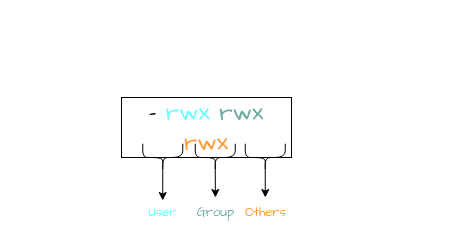
This is Flowcharts/File_Privilages.drawio from CptHilda0079/OSCC-Assignment-2, a draw.io file, before an edit. Source tidied: cells renumbered, new cells numbered last; positions are measured from the earlier drawing's top-left corner, leaving out a move shared by most shapes. Both pictures are drawn from the tidied source at 100%, with x=0, y=0 at pixel (121, 97).
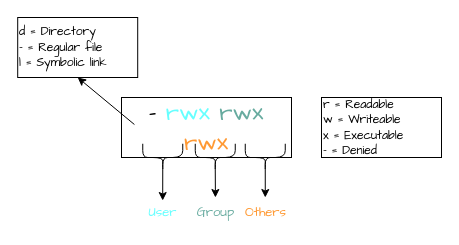
After the change.

Diff of the diagram source:
```diff
@@
 <mxGraphModel>
   <root>
     <mxCell id="0" />
     <mxCell id="1" parent="0" />
     <mxCell id="2" value="&lt;font style=&quot;font-size: 24px;&quot;&gt;&lt;font style=&quot;&quot; face=&quot;Comic Sans MS&quot;&gt;- &lt;font style=&quot;color: rgb(102, 255, 255);&quot;&gt;rwx&lt;/font&gt; &lt;font style=&quot;color: rgb(103, 171, 159);&quot;&gt;rw&lt;/font&gt;&lt;/font&gt;&lt;span style=&quot;font-family: &amp;quot;Comic Sans MS&amp;quot;;&quot;&gt;&lt;font style=&quot;color: rgb(103, 171, 159);&quot;&gt;x &lt;/font&gt;&lt;font style=&quot;color: rgb(255, 153, 51);&quot;&gt;rwx&lt;/font&gt;&lt;/span&gt;&lt;/font&gt;" style="rounded=0;whiteSpace=wrap;html=1;" parent="1" vertex="1">
       <mxGeometry width="170" height="60" as="geometry" />
     </mxCell>
     <mxCell id="3" value="&lt;font style=&quot;font-size: 13px;&quot;&gt;User&lt;/font&gt;" style="text;html=1;align=center;verticalAlign=middle;points=[];strokeColor=none;fillColor=none;fontFamily=Comic Sans MS;fontColor=#66FFFF;" parent="1" vertex="1">
       <mxGeometry x="16.2" y="100" width="50" height="30" as="geometry" />
     </mxCell>
     <mxCell id="4" value="&lt;font style=&quot;font-size: 13px;&quot;&gt;Group&lt;/font&gt;" style="text;html=1;align=center;verticalAlign=middle;points=[];strokeColor=none;fillColor=none;fontFamily=Comic Sans MS;fontColor=#67AB9F;" parent="1" vertex="1">
       <mxGeometry x="64" y="100" width="60" height="30" as="geometry" />
     </mxCell>
     <mxCell id="5" value="&lt;font style=&quot;color: rgb(255, 153, 51); font-size: 13px;&quot;&gt;Others&lt;/font&gt;" style="text;html=1;align=center;verticalAlign=middle;points=[];strokeColor=none;fillColor=none;fontFamily=Comic Sans MS;" parent="1" vertex="1">
       <mxGeometry x="108.8" y="100" width="70" height="30" as="geometry" />
     </mxCell>
     <mxCell id="6" style="shape=curlyBracket;whiteSpace=wrap;html=1;rounded=1;flipH=1;labelPosition=right;verticalLabelPosition=middle;align=left;verticalAlign=middle;rotation=90;size=0.5;" parent="1" vertex="1">
       <mxGeometry x="27.5" y="40" width="27.5" height="40" as="geometry" />
     </mxCell>
     <mxCell id="7" style="shape=curlyBracket;whiteSpace=wrap;html=1;rounded=1;flipH=1;labelPosition=right;verticalLabelPosition=middle;align=left;verticalAlign=middle;rotation=90;size=0.5;" parent="1" vertex="1">
       <mxGeometry x="80" y="40" width="27.5" height="40" as="geometry" />
     </mxCell>
     <mxCell id="8" style="shape=curlyBracket;whiteSpace=wrap;html=1;rounded=1;flipH=1;labelPosition=right;verticalLabelPosition=middle;align=left;verticalAlign=middle;rotation=90;size=0.5;" parent="1" vertex="1">
       <mxGeometry x="130" y="40" width="27.5" height="40" as="geometry" />
     </mxCell>
     <mxCell id="9" style="endArrow=classic;html=1;rounded=0;exitX=0.1;exitY=0.5;exitDx=0;exitDy=0;exitPerimeter=0;entryX=0.5;entryY=0.101;entryDx=0;entryDy=0;entryPerimeter=0;" parent="1" edge="1" source="6" target="3">
       <mxGeometry relative="1" as="geometry" />
     </mxCell>
     <mxCell id="10" style="endArrow=classic;html=1;rounded=0;exitX=0.1;exitY=0.5;exitDx=0;exitDy=0;exitPerimeter=0;" parent="1" edge="1" source="7" target="4">
       <mxGeometry relative="1" as="geometry" />
     </mxCell>
     <mxCell id="11" style="endArrow=classic;html=1;rounded=0;exitX=0.1;exitY=0.5;exitDx=0;exitDy=0;exitPerimeter=0;" parent="1" edge="1" source="8" target="5">
       <mxGeometry relative="1" as="geometry" />
     </mxCell>
+    <mxCell id="12" value="&lt;font face=&quot;Comic Sans MS&quot;&gt;r = Readable&lt;/font&gt;&lt;div&gt;&lt;font face=&quot;Comic Sans MS&quot;&gt;w = Writeable&lt;/font&gt;&lt;/div&gt;&lt;div&gt;&lt;font face=&quot;Comic Sans MS&quot;&gt;x = Executable&lt;/font&gt;&lt;/div&gt;&lt;div&gt;&lt;font face=&quot;Comic Sans MS&quot;&gt;- = Denied&lt;/font&gt;&lt;/div&gt;" style="rounded=0;whiteSpace=wrap;html=1;align=left;" parent="1" vertex="1">
+      <mxGeometry x="200" width="120" height="60" as="geometry" />
+    </mxCell>
+    <mxCell id="13" value="&lt;font face=&quot;Comic Sans MS&quot;&gt;d = Directory&lt;/font&gt;&lt;div&gt;&lt;font face=&quot;Comic Sans MS&quot;&gt;- = Regular file&lt;/font&gt;&lt;/div&gt;&lt;div&gt;&lt;font face=&quot;Comic Sans MS&quot;&gt;l = Symbolic link&lt;/font&gt;&lt;/div&gt;" style="rounded=0;whiteSpace=wrap;html=1;align=left;" parent="1" vertex="1">
+      <mxGeometry x="-103.8" y="-80" width="120" height="60" as="geometry" />
+    </mxCell>
+    <mxCell id="14" style="endArrow=classic;html=1;rounded=0;entryX=0.5;entryY=1;entryDx=0;entryDy=0;exitX=0.076;exitY=0.45;exitDx=0;exitDy=0;exitPerimeter=0;" parent="1" edge="1" source="2" target="13">
+      <mxGeometry relative="1" as="geometry" />
+    </mxCell>
   </root>
 </mxGraphModel>
```
